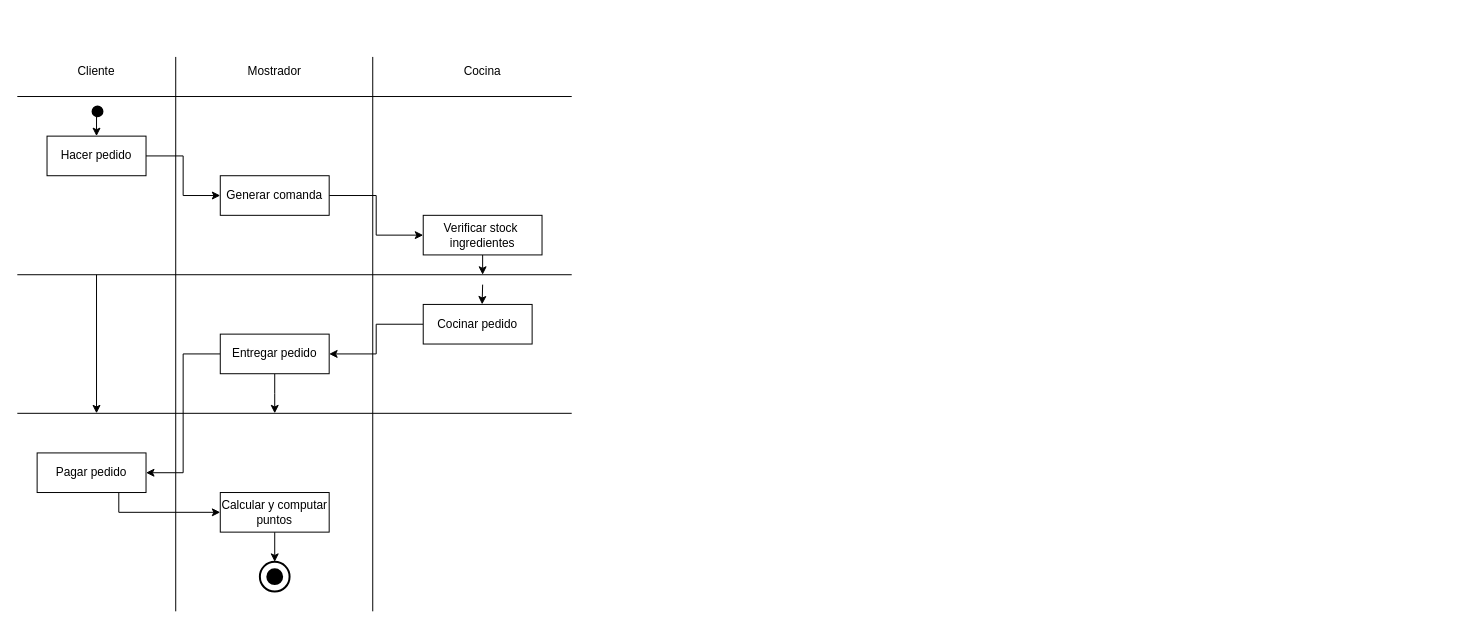
Earlier version of the draw.io diagram Diagrama sin título.drawio (manuvelloso/BaseDatos). Source tidied: cells renumbered, new cells numbered last; positions are measured from the earlier drawing's top-left corner, leaving out a move shared by most shapes. Both pictures are drawn from the tidied source at 99%, with x=0, y=0 at pixel (17, 56).
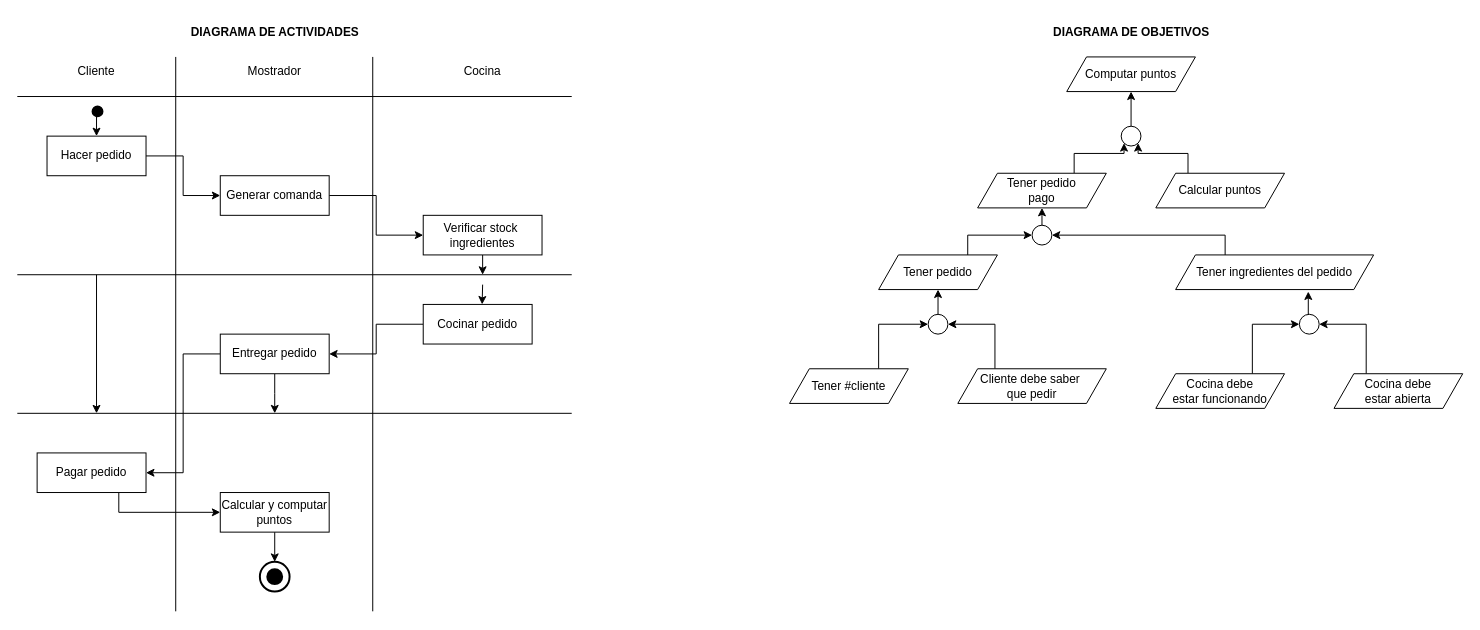
After the change.

The edit, as a diff of the source:
```diff
@@
+    <mxCell id="32" value="&lt;b&gt;DIAGRAMA DE ACTIVIDADES&lt;/b&gt;" style="text;html=1;strokeColor=none;fillColor=none;align=center;verticalAlign=middle;whiteSpace=wrap;rounded=0;" parent="1" vertex="1">
+      <mxGeometry x="157.5" y="-40" width="205" height="30" as="geometry" />
+    </mxCell>
+    <mxCell id="33" value="Computar puntos" style="shape=parallelogram;perimeter=parallelogramPerimeter;whiteSpace=wrap;html=1;fixedSize=1;" parent="1" vertex="1">
+      <mxGeometry x="1060" width="130" height="35" as="geometry" />
+    </mxCell>
+    <mxCell id="34" style="edgeStyle=orthogonalEdgeStyle;rounded=0;jettySize=auto;html=1;exitX=0.5;exitY=0;exitDx=0;exitDy=0;exitPerimeter=0;entryX=0.5;entryY=1;entryDx=0;entryDy=0;" parent="1" edge="1" source="35" target="33">
+      <mxGeometry relative="1" as="geometry" />
+    </mxCell>
+    <mxCell id="35" style="verticalLabelPosition=bottom;verticalAlign=top;html=1;shape=mxgraph.flowchart.on-page_reference;" parent="1" vertex="1">
+      <mxGeometry x="1115" y="70" width="20" height="20" as="geometry" />
+    </mxCell>
+    <mxCell id="36" style="edgeStyle=orthogonalEdgeStyle;rounded=0;jettySize=auto;html=1;exitX=0.25;exitY=0;exitDx=0;exitDy=0;entryX=0.855;entryY=0.855;entryDx=0;entryDy=0;entryPerimeter=0;" parent="1" edge="1" source="37" target="35">
+      <mxGeometry relative="1" as="geometry" />
+    </mxCell>
+    <mxCell id="37" value="Calcular puntos" style="shape=parallelogram;perimeter=parallelogramPerimeter;whiteSpace=wrap;html=1;fixedSize=1;" parent="1" vertex="1">
+      <mxGeometry x="1150" y="117.5" width="130" height="35" as="geometry" />
+    </mxCell>
+    <mxCell id="38" style="edgeStyle=orthogonalEdgeStyle;rounded=0;jettySize=auto;html=1;exitX=0.75;exitY=0;exitDx=0;exitDy=0;entryX=0.145;entryY=0.855;entryDx=0;entryDy=0;entryPerimeter=0;" parent="1" edge="1" source="39" target="35">
+      <mxGeometry relative="1" as="geometry" />
+    </mxCell>
+    <mxCell id="39" value="Tener pedido &lt;br&gt;pago" style="shape=parallelogram;perimeter=parallelogramPerimeter;whiteSpace=wrap;html=1;fixedSize=1;" parent="1" vertex="1">
+      <mxGeometry x="970" y="117.5" width="130" height="35" as="geometry" />
+    </mxCell>
+    <mxCell id="40" style="edgeStyle=orthogonalEdgeStyle;rounded=0;jettySize=auto;html=1;exitX=0.5;exitY=0;exitDx=0;exitDy=0;exitPerimeter=0;entryX=0.5;entryY=1;entryDx=0;entryDy=0;" parent="1" edge="1" source="41" target="39">
+      <mxGeometry relative="1" as="geometry" />
+    </mxCell>
+    <mxCell id="41" style="verticalLabelPosition=bottom;verticalAlign=top;html=1;shape=mxgraph.flowchart.on-page_reference;" parent="1" vertex="1">
+      <mxGeometry x="1025" y="170" width="20" height="20" as="geometry" />
+    </mxCell>
+    <mxCell id="42" style="edgeStyle=orthogonalEdgeStyle;rounded=0;jettySize=auto;html=1;exitX=0.25;exitY=0;exitDx=0;exitDy=0;entryX=1;entryY=0.5;entryDx=0;entryDy=0;entryPerimeter=0;" parent="1" edge="1" source="43" target="41">
+      <mxGeometry relative="1" as="geometry" />
+    </mxCell>
+    <mxCell id="43" value="Tener ingredientes del pedido" style="shape=parallelogram;perimeter=parallelogramPerimeter;whiteSpace=wrap;html=1;fixedSize=1;" parent="1" vertex="1">
+      <mxGeometry x="1170" y="200" width="200" height="35" as="geometry" />
+    </mxCell>
+    <mxCell id="44" style="edgeStyle=orthogonalEdgeStyle;rounded=0;jettySize=auto;html=1;exitX=0.75;exitY=0;exitDx=0;exitDy=0;entryX=0;entryY=0.5;entryDx=0;entryDy=0;entryPerimeter=0;" parent="1" edge="1" source="45" target="41">
+      <mxGeometry relative="1" as="geometry" />
+    </mxCell>
+    <mxCell id="45" value="Tener pedido" style="shape=parallelogram;perimeter=parallelogramPerimeter;whiteSpace=wrap;html=1;fixedSize=1;" parent="1" vertex="1">
+      <mxGeometry x="870" y="200" width="120" height="35" as="geometry" />
+    </mxCell>
+    <mxCell id="46" style="edgeStyle=orthogonalEdgeStyle;rounded=0;jettySize=auto;html=1;exitX=0.5;exitY=0;exitDx=0;exitDy=0;exitPerimeter=0;entryX=0.5;entryY=1;entryDx=0;entryDy=0;" parent="1" edge="1" source="47" target="45">
+      <mxGeometry relative="1" as="geometry" />
+    </mxCell>
+    <mxCell id="47" style="verticalLabelPosition=bottom;verticalAlign=top;html=1;shape=mxgraph.flowchart.on-page_reference;" parent="1" vertex="1">
+      <mxGeometry x="920" y="260" width="20" height="20" as="geometry" />
+    </mxCell>
+    <mxCell id="48" style="edgeStyle=orthogonalEdgeStyle;rounded=0;jettySize=auto;html=1;exitX=0.75;exitY=0;exitDx=0;exitDy=0;entryX=0;entryY=0.5;entryDx=0;entryDy=0;entryPerimeter=0;" parent="1" edge="1" source="49" target="47">
+      <mxGeometry relative="1" as="geometry" />
+    </mxCell>
+    <mxCell id="49" value="Tener #cliente" style="shape=parallelogram;perimeter=parallelogramPerimeter;whiteSpace=wrap;html=1;fixedSize=1;" parent="1" vertex="1">
+      <mxGeometry x="780" y="315" width="120" height="35" as="geometry" />
+    </mxCell>
+    <mxCell id="50" style="edgeStyle=orthogonalEdgeStyle;rounded=0;jettySize=auto;html=1;exitX=0.25;exitY=0;exitDx=0;exitDy=0;entryX=1;entryY=0.5;entryDx=0;entryDy=0;entryPerimeter=0;" parent="1" edge="1" source="51" target="47">
+      <mxGeometry relative="1" as="geometry" />
+    </mxCell>
+    <mxCell id="51" value="Cliente debe saber&amp;nbsp;&lt;br&gt;que pedir" style="shape=parallelogram;perimeter=parallelogramPerimeter;whiteSpace=wrap;html=1;fixedSize=1;" parent="1" vertex="1">
+      <mxGeometry x="950" y="315" width="150" height="35" as="geometry" />
+    </mxCell>
+    <mxCell id="52" style="edgeStyle=orthogonalEdgeStyle;rounded=0;jettySize=auto;html=1;exitX=0.5;exitY=0;exitDx=0;exitDy=0;exitPerimeter=0;entryX=0.67;entryY=1.057;entryDx=0;entryDy=0;entryPerimeter=0;" parent="1" edge="1" source="53" target="43">
+      <mxGeometry relative="1" as="geometry" />
+    </mxCell>
+    <mxCell id="53" style="verticalLabelPosition=bottom;verticalAlign=top;html=1;shape=mxgraph.flowchart.on-page_reference;" parent="1" vertex="1">
+      <mxGeometry x="1295" y="260" width="20" height="20" as="geometry" />
+    </mxCell>
+    <mxCell id="54" style="edgeStyle=orthogonalEdgeStyle;rounded=0;jettySize=auto;html=1;exitX=0.25;exitY=0;exitDx=0;exitDy=0;entryX=1;entryY=0.5;entryDx=0;entryDy=0;entryPerimeter=0;" parent="1" edge="1" source="55" target="53">
+      <mxGeometry relative="1" as="geometry" />
+    </mxCell>
+    <mxCell id="55" value="Cocina debe &lt;br&gt;estar&amp;nbsp;abierta" style="shape=parallelogram;perimeter=parallelogramPerimeter;whiteSpace=wrap;html=1;fixedSize=1;" parent="1" vertex="1">
+      <mxGeometry x="1330" y="320" width="130" height="35" as="geometry" />
+    </mxCell>
+    <mxCell id="56" style="edgeStyle=orthogonalEdgeStyle;rounded=0;jettySize=auto;html=1;exitX=0.75;exitY=0;exitDx=0;exitDy=0;entryX=0;entryY=0.5;entryDx=0;entryDy=0;entryPerimeter=0;" parent="1" edge="1" source="57" target="53">
+      <mxGeometry relative="1" as="geometry" />
+    </mxCell>
+    <mxCell id="57" value="Cocina debe &lt;br&gt;estar funcionando" style="shape=parallelogram;perimeter=parallelogramPerimeter;whiteSpace=wrap;html=1;fixedSize=1;" parent="1" vertex="1">
+      <mxGeometry x="1150" y="320" width="130" height="35" as="geometry" />
+    </mxCell>
+    <mxCell id="58" value="&lt;b&gt;DIAGRAMA DE OBJETIVOS&lt;/b&gt;" style="text;html=1;strokeColor=none;fillColor=none;align=center;verticalAlign=middle;whiteSpace=wrap;rounded=0;" parent="1" vertex="1">
+      <mxGeometry x="1022.5" y="-40" width="205" height="30" as="geometry" />
+    </mxCell>
```
